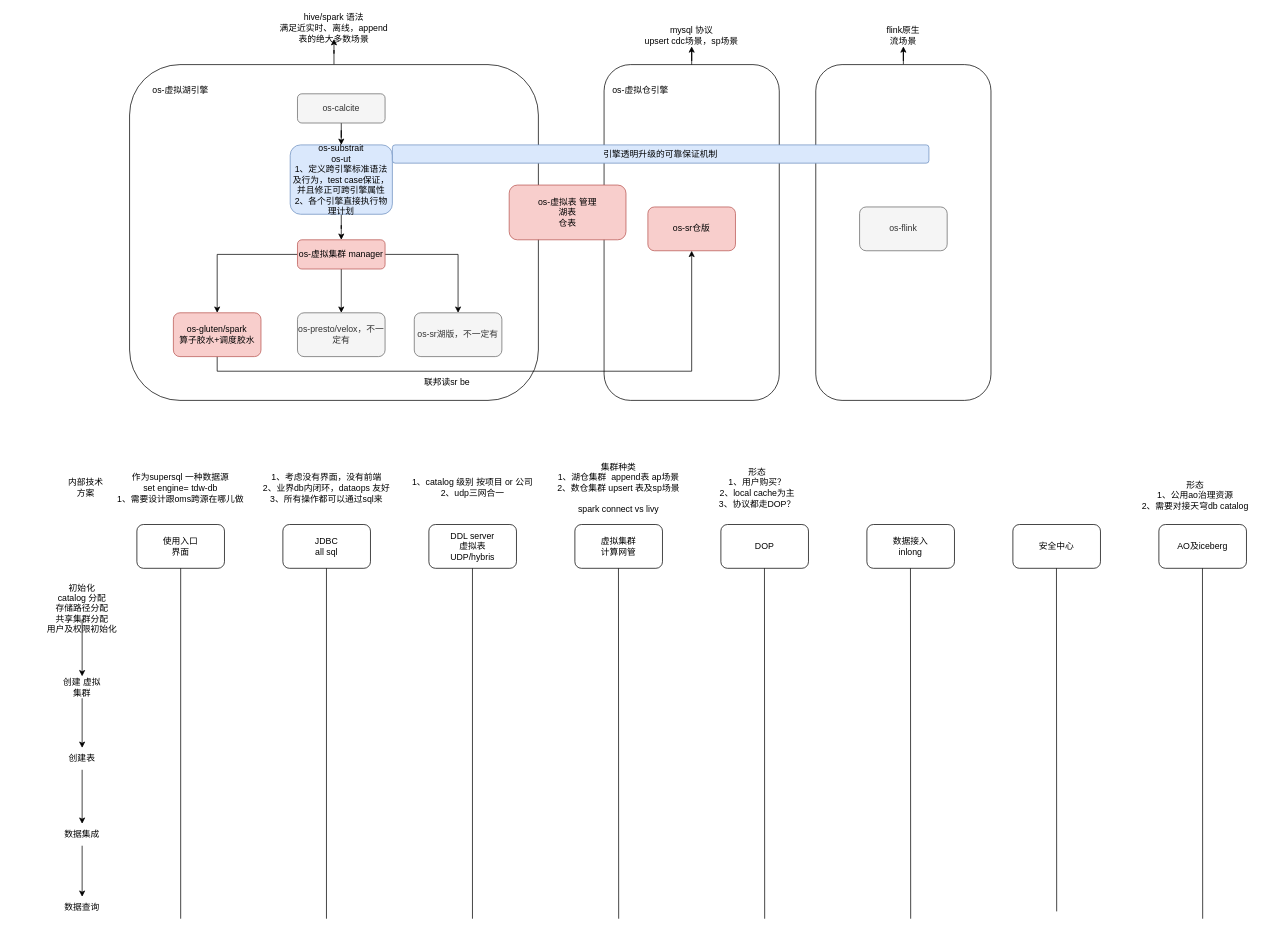
Earlier version of the draw.io diagram os虚拟引擎.drawio (yuhuali1989/ui). Source tidied: cells renumbered, new cells numbered last; positions are measured from the earlier drawing's top-left corner, leaving out a move shared by most shapes. Both pictures are drawn from the tidied source at 73%, with x=0, y=0 at pixel (12, 17).
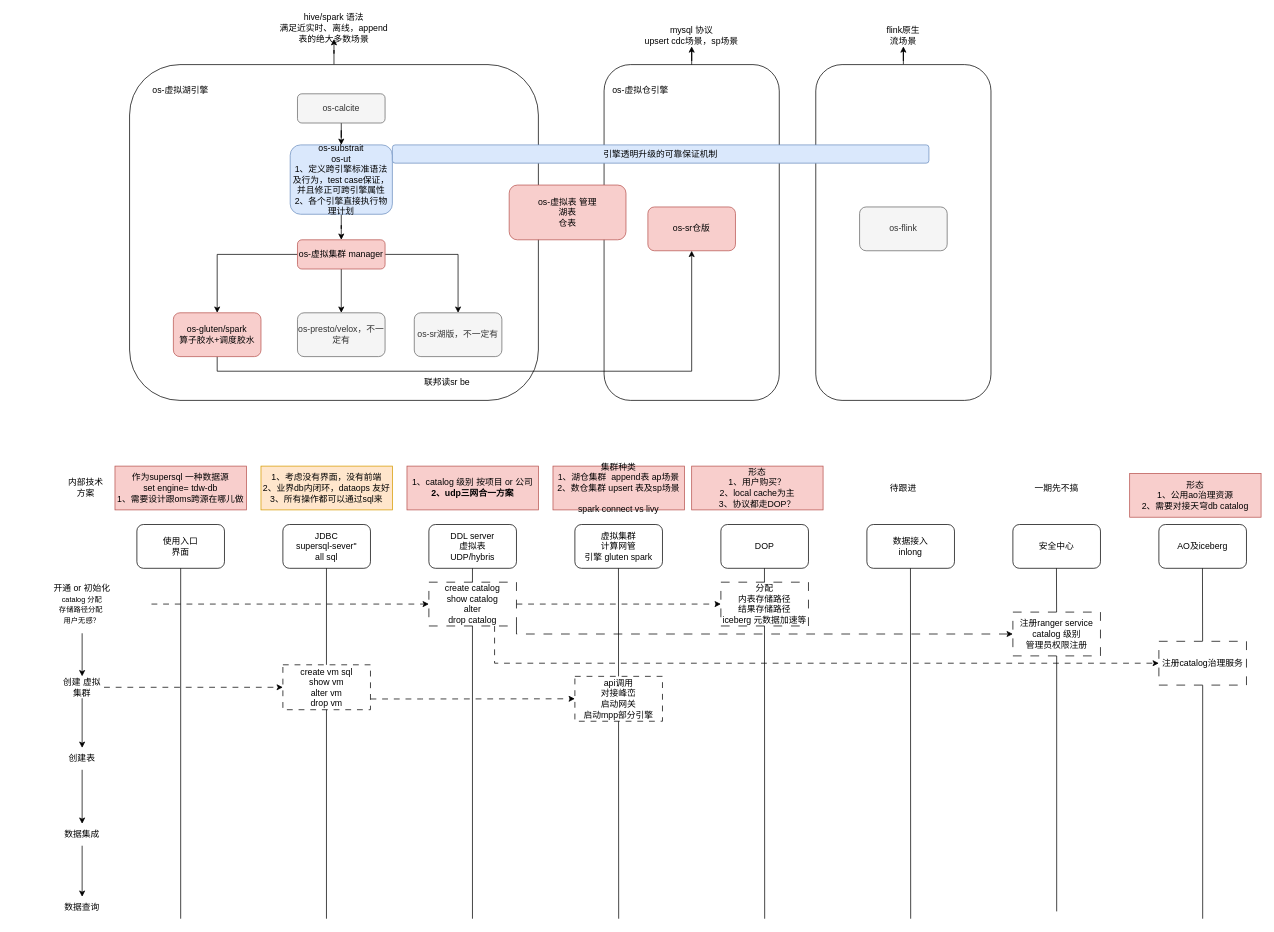
Above is the later version.

Unchanged cells that the change refers to:
```xml
<mxCell id="56" value="创建 虚拟集群" style="text;html=1;strokeColor=none;fillColor=none;align=center;verticalAlign=middle;whiteSpace=wrap;rounded=0;" parent="1" vertex="1">
  <mxGeometry x="65" y="903" width="60" height="30" as="geometry" />
</mxCell>
```

What changed in the source:
```diff
@@
-    <mxCell id="32" value="JDBC&lt;br&gt;all sql" style="rounded=1;whiteSpace=wrap;html=1;" parent="1" vertex="1">
+    <mxCell id="32" value="JDBC&lt;br&gt;supersql-sever&quot;&lt;br&gt;all sql" style="rounded=1;whiteSpace=wrap;html=1;" parent="1" vertex="1">
       <mxGeometry x="370" y="695" width="120" height="60" as="geometry" />
     </mxCell>
-    <mxCell id="33" value="作为supersql 一种数据源&lt;br&gt;set engine= tdw-db&lt;br&gt;1、需要设计跟oms跨源在哪儿做" style="text;html=1;align=center;verticalAlign=middle;whiteSpace=wrap;rounded=0;" parent="1" vertex="1">
+    <mxCell id="33" value="作为supersql 一种数据源&lt;br&gt;set engine= tdw-db&lt;br&gt;1、需要设计跟oms跨源在哪儿做" style="text;html=1;align=center;verticalAlign=middle;whiteSpace=wrap;rounded=0;fillColor=#f8cecc;strokeColor=#b85450;" parent="1" vertex="1">
       <mxGeometry x="140" y="615" width="180" height="60" as="geometry" />
     </mxCell>
@@
-    <mxCell id="37" value="虚拟集群&lt;br&gt;计算网管" style="rounded=1;whiteSpace=wrap;html=1;" parent="1" vertex="1">
+    <mxCell id="37" value="虚拟集群&lt;br&gt;计算网管&lt;br&gt;引擎 gluten spark" style="rounded=1;whiteSpace=wrap;html=1;" parent="1" vertex="1">
       <mxGeometry x="770" y="695" width="120" height="60" as="geometry" />
     </mxCell>
@@
-    <mxCell id="39" value="1、考虑没有界面，没有前端&lt;br&gt;2、业界db内闭环，dataops 友好&lt;br&gt;3、所有操作都可以通过sql来" style="text;html=1;align=center;verticalAlign=middle;whiteSpace=wrap;rounded=0;" parent="1" vertex="1">
+    <mxCell id="39" value="1、考虑没有界面，没有前端&lt;br&gt;2、业界db内闭环，dataops 友好&lt;br&gt;3、所有操作都可以通过sql来" style="text;html=1;align=center;verticalAlign=middle;whiteSpace=wrap;rounded=0;fillColor=#ffe6cc;strokeColor=#d79b00;" parent="1" vertex="1">
       <mxGeometry x="340" y="615" width="180" height="60" as="geometry" />
     </mxCell>
@@
+    <mxCell id="62" style="edgeStyle=orthogonalEdgeStyle;rounded=0;jettySize=auto;html=1;dashed=1;dashPattern=8 8;" parent="1" edge="1" source="41" target="70">
+      <mxGeometry relative="1" as="geometry" />
+    </mxCell>
-    <mxCell id="41" value="初始化&lt;br&gt;catalog 分配&lt;br&gt;存储路径分配&lt;br&gt;共享集群分配&lt;br&gt;用户及权限初始化" style="text;html=1;strokeColor=none;fillColor=none;align=center;verticalAlign=middle;whiteSpace=wrap;rounded=0;" parent="1" vertex="1">
-      <mxGeometry y="795" width="190" height="30" as="geometry" />
+    <mxCell id="41" value="开通 or 初始化&lt;br&gt;&lt;font style=&quot;font-size: 10px;&quot;&gt;catalog 分配&lt;br style=&quot;font-size: 10px;&quot;&gt;存储路径分配&amp;nbsp;&lt;br&gt;用户无感？&lt;br&gt;&lt;/font&gt;" style="text;html=1;strokeColor=none;fillColor=none;align=center;verticalAlign=middle;whiteSpace=wrap;rounded=0;" parent="1" vertex="1">
+      <mxGeometry y="764" width="190" height="80" as="geometry" />
     </mxCell>
@@
-    <mxCell id="47" style="endArrow=none;html=1;rounded=0;" parent="1" edge="1">
+    <mxCell id="47" style="endArrow=none;html=1;rounded=0;" parent="1" edge="1" source="75">
       <mxGeometry relative="1" as="geometry">
-        <mxPoint x="1430" y="1225" as="sourcePoint" />
         <mxPoint x="1429.7" y="755" as="targetPoint" />
       </mxGeometry>
     </mxCell>
-    <mxCell id="48" value="1、catalog 级别 按项目 or 公司&lt;br&gt;2、udp三网合一" style="text;html=1;align=center;verticalAlign=middle;whiteSpace=wrap;rounded=0;" parent="1" vertex="1">
+    <mxCell id="48" value="1、catalog 级别 按项目 or 公司&lt;br&gt;&lt;b&gt;2、udp三网合一方案&lt;/b&gt;" style="text;html=1;align=center;verticalAlign=middle;whiteSpace=wrap;rounded=0;fillColor=#f8cecc;strokeColor=#b85450;" parent="1" vertex="1">
       <mxGeometry x="540" y="615" width="180" height="60" as="geometry" />
     </mxCell>
@@
-    <mxCell id="50" value="集群种类&lt;br&gt;1、湖仓集群&amp;nbsp; append表 ap场景&lt;br&gt;2、数仓集群 upsert 表及sp场景&lt;br&gt;&lt;br&gt;spark connect vs livy" style="text;html=1;align=center;verticalAlign=middle;whiteSpace=wrap;rounded=0;" parent="1" vertex="1">
+    <mxCell id="50" value="集群种类&lt;br&gt;1、湖仓集群&amp;nbsp; append表 ap场景&lt;br&gt;2、数仓集群 upsert 表及sp场景&lt;br&gt;&lt;br&gt;spark connect vs livy" style="text;html=1;align=center;verticalAlign=middle;whiteSpace=wrap;rounded=0;fillColor=#f8cecc;strokeColor=#b85450;" parent="1" vertex="1">
       <mxGeometry x="740" y="615" width="180" height="60" as="geometry" />
     </mxCell>
-    <mxCell id="51" value="形态&lt;br&gt;1、用户购买？&lt;br&gt;2、local cache为主&lt;br&gt;3、协议都走DOP？" style="text;html=1;align=center;verticalAlign=middle;whiteSpace=wrap;rounded=0;" parent="1" vertex="1">
+    <mxCell id="51" value="形态&lt;br&gt;1、用户购买？&lt;br&gt;2、local cache为主&lt;br&gt;3、协议都走DOP？" style="text;html=1;align=center;verticalAlign=middle;whiteSpace=wrap;rounded=0;fillColor=#f8cecc;strokeColor=#b85450;" parent="1" vertex="1">
       <mxGeometry x="930" y="615" width="180" height="60" as="geometry" />
     </mxCell>
@@
-    <mxCell id="53" style="endArrow=none;html=1;rounded=0;" parent="1" edge="1">
+    <mxCell id="53" style="endArrow=none;html=1;rounded=0;" parent="1" edge="1" source="77">
       <mxGeometry relative="1" as="geometry">
-        <mxPoint x="1630" y="1235" as="sourcePoint" />
         <mxPoint x="1629.7" y="755" as="targetPoint" />
       </mxGeometry>
     </mxCell>
-    <mxCell id="54" value="形态&lt;br&gt;1、公用ao治理资源&lt;br&gt;2、需要对接天穹db catalog" style="text;html=1;align=center;verticalAlign=middle;whiteSpace=wrap;rounded=0;" parent="1" vertex="1">
+    <mxCell id="54" value="形态&lt;br&gt;1、公用ao治理资源&lt;br&gt;2、需要对接天穹db catalog" style="text;html=1;align=center;verticalAlign=middle;whiteSpace=wrap;rounded=0;fillColor=#f8cecc;strokeColor=#b85450;" parent="1" vertex="1">
       <mxGeometry x="1530" y="625" width="180" height="60" as="geometry" />
     </mxCell>
@@
+    <mxCell id="63" style="edgeStyle=orthogonalEdgeStyle;rounded=0;jettySize=auto;html=1;dashed=1;dashPattern=8 8;" parent="1" edge="1" source="56" target="67">
+      <mxGeometry relative="1" as="geometry" />
+    </mxCell>
@@
+    <mxCell id="64" value="待跟进" style="text;html=1;align=center;verticalAlign=middle;whiteSpace=wrap;rounded=0;" parent="1" vertex="1">
+      <mxGeometry x="1130" y="615" width="180" height="60" as="geometry" />
+    </mxCell>
+    <mxCell id="65" value="一期先不搞" style="text;html=1;align=center;verticalAlign=middle;whiteSpace=wrap;rounded=0;" parent="1" vertex="1">
+      <mxGeometry x="1340" y="615" width="180" height="60" as="geometry" />
+    </mxCell>
+    <mxCell id="66" style="edgeStyle=orthogonalEdgeStyle;rounded=0;jettySize=auto;html=1;dashed=1;entryX=0;entryY=0.5;entryDx=0;entryDy=0;dashPattern=8 8;" parent="1" edge="1" source="67" target="71">
+      <mxGeometry relative="1" as="geometry">
+        <Array as="points">
+          <mxPoint x="560" y="934" />
+          <mxPoint x="560" y="934" />
+        </Array>
+      </mxGeometry>
+    </mxCell>
+    <mxCell id="67" value="create vm sql&lt;br&gt;show vm&lt;br&gt;alter vm&lt;br&gt;drop vm" style="whiteSpace=wrap;html=1;dashed=1;dashPattern=8 8;" parent="1" vertex="1">
+      <mxGeometry x="370" y="887.2" width="120" height="61.5" as="geometry" />
+    </mxCell>
+    <mxCell id="68" style="edgeStyle=orthogonalEdgeStyle;rounded=0;jettySize=auto;html=1;dashed=1;dashPattern=8 8;" parent="1" edge="1" source="70" target="73">
+      <mxGeometry relative="1" as="geometry" />
+    </mxCell>
+    <mxCell id="69" style="edgeStyle=orthogonalEdgeStyle;rounded=0;jettySize=auto;html=1;dashed=1;dashPattern=8 8;" parent="1" edge="1" source="70" target="77">
+      <mxGeometry relative="1" as="geometry">
+        <Array as="points">
+          <mxPoint x="660" y="885" />
+        </Array>
+      </mxGeometry>
+    </mxCell>
+    <mxCell id="70" value="create catalog&lt;br&gt;show catalog&lt;br&gt;alter&lt;br&gt;drop catalog" style="whiteSpace=wrap;html=1;dashed=1;dashPattern=12 12;" parent="1" vertex="1">
+      <mxGeometry x="570" y="774" width="120" height="60" as="geometry" />
+    </mxCell>
+    <mxCell id="71" value="api调用&lt;br&gt;对接峰峦&lt;br&gt;启动网关&lt;br&gt;启动mpp部分引擎" style="whiteSpace=wrap;html=1;dashed=1;dashPattern=8 8;" parent="1" vertex="1">
+      <mxGeometry x="770" y="903" width="120" height="61.5" as="geometry" />
+    </mxCell>
+    <mxCell id="72" style="edgeStyle=orthogonalEdgeStyle;rounded=0;jettySize=auto;html=1;exitX=1;exitY=1;exitDx=0;exitDy=0;dashed=1;dashPattern=12 12;" parent="1" edge="1" source="70" target="75">
+      <mxGeometry relative="1" as="geometry">
+        <Array as="points">
+          <mxPoint x="690" y="845" />
+        </Array>
+      </mxGeometry>
+    </mxCell>
+    <mxCell id="73" value="分配&lt;br&gt;内表存储路径&lt;br&gt;结果存储路径&lt;br&gt;iceberg 元数据加速等" style="whiteSpace=wrap;html=1;dashed=1;dashPattern=12 12;" parent="1" vertex="1">
+      <mxGeometry x="970" y="774" width="120" height="60" as="geometry" />
+    </mxCell>
+    <mxCell id="74" style="endArrow=none;html=1;rounded=0;" parent="1" edge="1" target="75">
+      <mxGeometry relative="1" as="geometry">
+        <mxPoint x="1430" y="1225" as="sourcePoint" />
+      </mxGeometry>
+    </mxCell>
+    <mxCell id="75" value="注册ranger service&lt;br&gt;catalog 级别&lt;br&gt;管理员权限注册" style="whiteSpace=wrap;html=1;dashed=1;dashPattern=12 12;" parent="1" vertex="1">
+      <mxGeometry x="1370" y="815" width="120" height="60" as="geometry" />
+    </mxCell>
+    <mxCell id="76" style="endArrow=none;html=1;rounded=0;" parent="1" edge="1" target="77">
+      <mxGeometry relative="1" as="geometry">
+        <mxPoint x="1630" y="1235" as="sourcePoint" />
+      </mxGeometry>
+    </mxCell>
+    <mxCell id="77" value="注册catalog治理服务" style="whiteSpace=wrap;html=1;dashed=1;dashPattern=12 12;" parent="1" vertex="1">
+      <mxGeometry x="1570" y="855" width="120" height="60" as="geometry" />
+    </mxCell>
```
